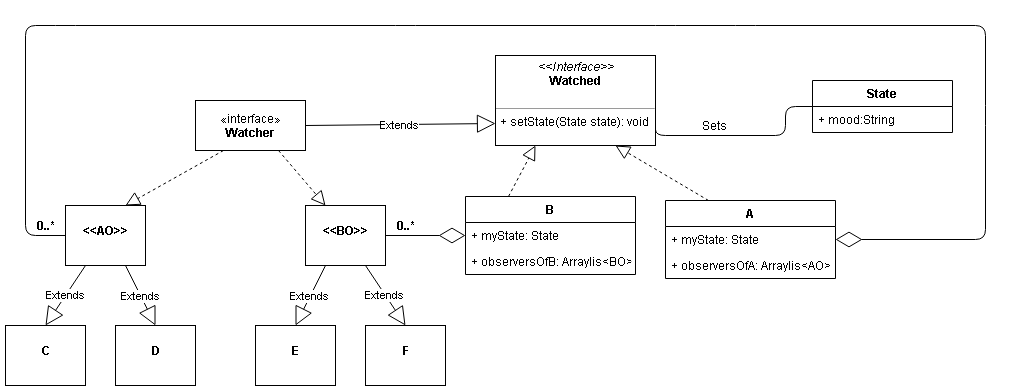
Before: Observer and watched objects interaction project/UML diagram.png, a diagram exported from draw.io (GappyDev/Java-Practice). Source tidied: cells renumbered, new cells last; positions are measured from the earlier drawing's top-left corner, leaving out a move shared by most shapes.
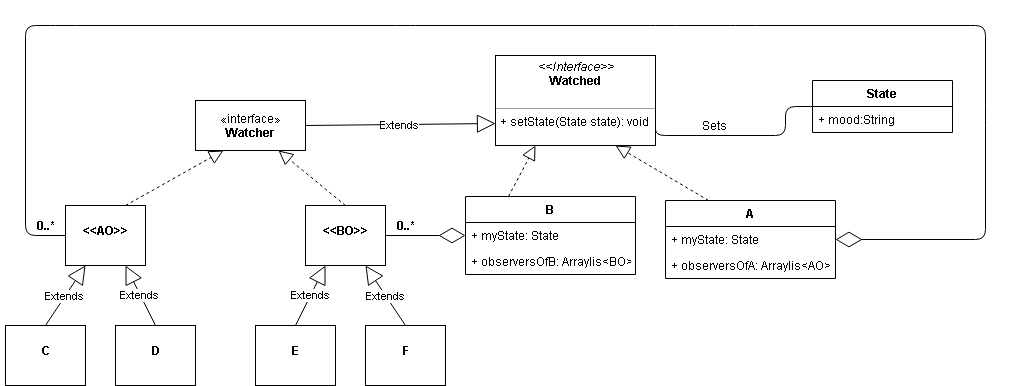
Above is the later version.

The edit, as a diff of the source:
```diff
@@ -17,10 +17,10 @@
     <mxCell id="6" value="&lt;p style=&quot;margin: 0px ; margin-top: 4px ; text-align: center&quot;&gt;&lt;br&gt;&lt;b&gt;&amp;lt;&amp;lt;BO&amp;gt;&amp;gt;&lt;/b&gt;&lt;/p&gt;" style="verticalAlign=top;align=left;overflow=fill;fontSize=12;fontFamily=Helvetica;html=1;" parent="1" vertex="1">
       <mxGeometry x="300" y="180" width="80" height="60" as="geometry" />
     </mxCell>
-    <mxCell id="7" style="endArrow=block;dashed=1;endFill=0;endSize=12;html=1;entryX=0.75;entryY=0;entryDx=0;entryDy=0;exitX=0.25;exitY=1;exitDx=0;exitDy=0;" parent="1" edge="1" source="2" target="5">
+    <mxCell id="7" style="endArrow=block;dashed=1;endFill=0;endSize=12;html=1;exitX=0.75;exitY=0;exitDx=0;exitDy=0;entryX=0.25;entryY=1;entryDx=0;entryDy=0;" parent="1" edge="1" source="5" target="2">
       <mxGeometry relative="1" as="geometry" />
     </mxCell>
-    <mxCell id="8" style="endArrow=block;dashed=1;endFill=0;endSize=12;html=1;exitX=0.75;exitY=1;exitDx=0;exitDy=0;entryX=0.25;entryY=0;entryDx=0;entryDy=0;" parent="1" edge="1" source="2" target="6">
+    <mxCell id="8" style="endArrow=block;dashed=1;endFill=0;endSize=12;html=1;exitX=0.5;exitY=0;exitDx=0;exitDy=0;entryX=0.75;entryY=1;entryDx=0;entryDy=0;" parent="1" edge="1" source="6" target="2">
       <mxGeometry relative="1" as="geometry" />
     </mxCell>
     <mxCell id="9" style="endArrow=block;dashed=1;endFill=0;endSize=12;html=1;entryX=0.25;entryY=1;entryDx=0;entryDy=0;exitX=0.25;exitY=0;exitDx=0;exitDy=0;" parent="1" edge="1" source="27" target="26">
@@ -35,10 +35,10 @@
     <mxCell id="12" value="&lt;p style=&quot;margin: 0px ; margin-top: 4px ; text-align: center&quot;&gt;&lt;br&gt;&lt;b&gt;D&lt;/b&gt;&lt;/p&gt;" style="verticalAlign=top;align=left;overflow=fill;fontSize=12;fontFamily=Helvetica;html=1;" parent="1" vertex="1">
       <mxGeometry x="110" y="300" width="80" height="60" as="geometry" />
     </mxCell>
-    <mxCell id="13" value="Extends" style="endArrow=block;endSize=16;endFill=0;html=1;entryX=0.5;entryY=0;entryDx=0;entryDy=0;exitX=0.75;exitY=1;exitDx=0;exitDy=0;" parent="1" edge="1" source="5" target="12">
+    <mxCell id="13" value="Extends" style="endArrow=block;endSize=16;endFill=0;html=1;exitX=0.5;exitY=0;exitDx=0;exitDy=0;entryX=0.75;entryY=1;entryDx=0;entryDy=0;" parent="1" edge="1" source="12" target="5">
       <mxGeometry relative="1" as="geometry" />
     </mxCell>
-    <mxCell id="14" value="Extends" style="endArrow=block;endSize=16;endFill=0;html=1;exitX=0.25;exitY=1;exitDx=0;exitDy=0;entryX=0.5;entryY=0;entryDx=0;entryDy=0;" parent="1" edge="1" source="5" target="11">
+    <mxCell id="14" value="Extends" style="endArrow=block;endSize=16;endFill=0;html=1;exitX=0.5;exitY=0;exitDx=0;exitDy=0;entryX=0.25;entryY=1;entryDx=0;entryDy=0;" parent="1" edge="1" source="11" target="5">
       <mxGeometry relative="1" as="geometry" />
     </mxCell>
     <mxCell id="15" value="&lt;p style=&quot;margin: 0px ; margin-top: 4px ; text-align: center&quot;&gt;&lt;br&gt;&lt;b&gt;E&lt;/b&gt;&lt;/p&gt;" style="verticalAlign=top;align=left;overflow=fill;fontSize=12;fontFamily=Helvetica;html=1;" parent="1" vertex="1">
@@ -47,10 +47,10 @@
     <mxCell id="16" value="&lt;p style=&quot;margin: 0px ; margin-top: 4px ; text-align: center&quot;&gt;&lt;br&gt;&lt;b&gt;F&lt;/b&gt;&lt;/p&gt;" style="verticalAlign=top;align=left;overflow=fill;fontSize=12;fontFamily=Helvetica;html=1;" parent="1" vertex="1">
       <mxGeometry x="360" y="300" width="80" height="60" as="geometry" />
     </mxCell>
-    <mxCell id="17" value="Extends" style="endArrow=block;endSize=16;endFill=0;html=1;exitX=0.25;exitY=1;exitDx=0;exitDy=0;entryX=0.5;entryY=0;entryDx=0;entryDy=0;" parent="1" edge="1" source="6" target="15">
+    <mxCell id="17" value="Extends" style="endArrow=block;endSize=16;endFill=0;html=1;exitX=0.5;exitY=0;exitDx=0;exitDy=0;entryX=0.25;entryY=1;entryDx=0;entryDy=0;" parent="1" edge="1" source="15" target="6">
       <mxGeometry relative="1" as="geometry" />
     </mxCell>
-    <mxCell id="18" value="Extends" style="endArrow=block;endSize=16;endFill=0;html=1;exitX=0.75;exitY=1;exitDx=0;exitDy=0;entryX=0.5;entryY=0;entryDx=0;entryDy=0;" parent="1" edge="1" source="6" target="16">
+    <mxCell id="18" value="Extends" style="endArrow=block;endSize=16;endFill=0;html=1;exitX=0.5;exitY=0;exitDx=0;exitDy=0;entryX=0.75;entryY=1;entryDx=0;entryDy=0;" parent="1" edge="1" source="16" target="6">
       <mxGeometry relative="1" as="geometry" />
     </mxCell>
     <mxCell id="19" style="endArrow=diamondThin;endFill=0;endSize=24;html=1;entryX=0;entryY=0.5;entryDx=0;entryDy=0;exitX=1;exitY=0.5;exitDx=0;exitDy=0;" parent="1" edge="1" source="6" target="28">
```
